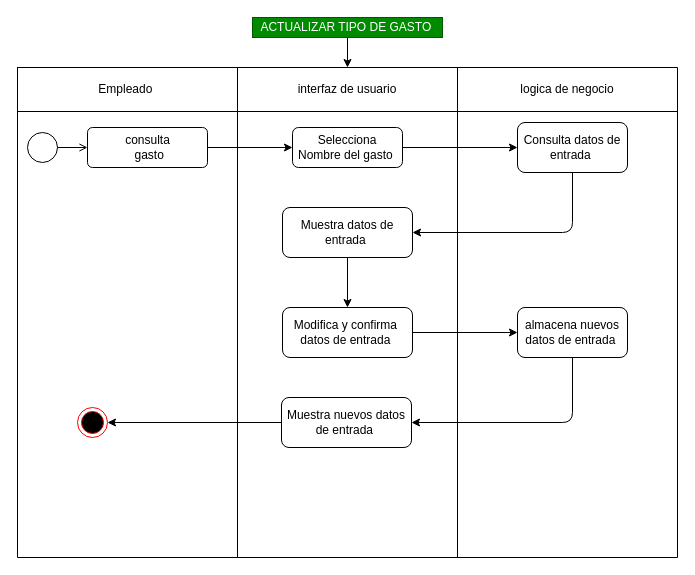
This is Diagramas_Actividad/DAE.8.2.drawio from DavidArtavia/Activity_Diagram-, a draw.io file, before an edit. Source tidied: cells renumbered, new cells numbered last; positions are measured from the earlier drawing's top-left corner, leaving out a move shared by most shapes. Both pictures are drawn from the tidied source at 100%, with x=0, y=0 at pixel (17, 17).
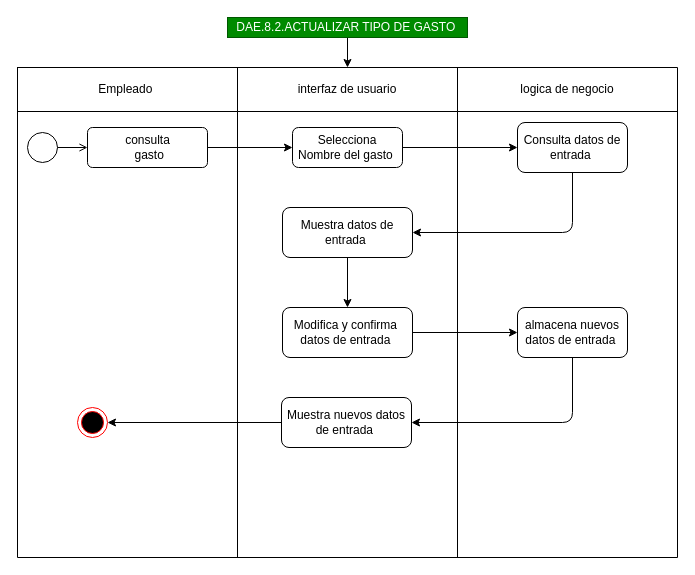
The same diagram, later.

Diff of the diagram source:
```diff
@@
-    <mxCell id="21" value="ACTUALIZAR TIPO DE GASTO&amp;nbsp;" style="text;html=1;align=center;verticalAlign=middle;points=[];rounded=0;fillColor=#008a00;fontColor=#ffffff;strokeColor=#005700;" parent="1" vertex="1">
-      <mxGeometry x="235" width="190" height="20" as="geometry" />
+    <mxCell id="21" value="DAE.8.2.ACTUALIZAR TIPO DE GASTO&amp;nbsp;" style="text;html=1;align=center;verticalAlign=middle;points=[];rounded=0;fillColor=#008a00;fontColor=#ffffff;strokeColor=#005700;" parent="1" vertex="1">
+      <mxGeometry x="210" width="240" height="20" as="geometry" />
     </mxCell>
```
